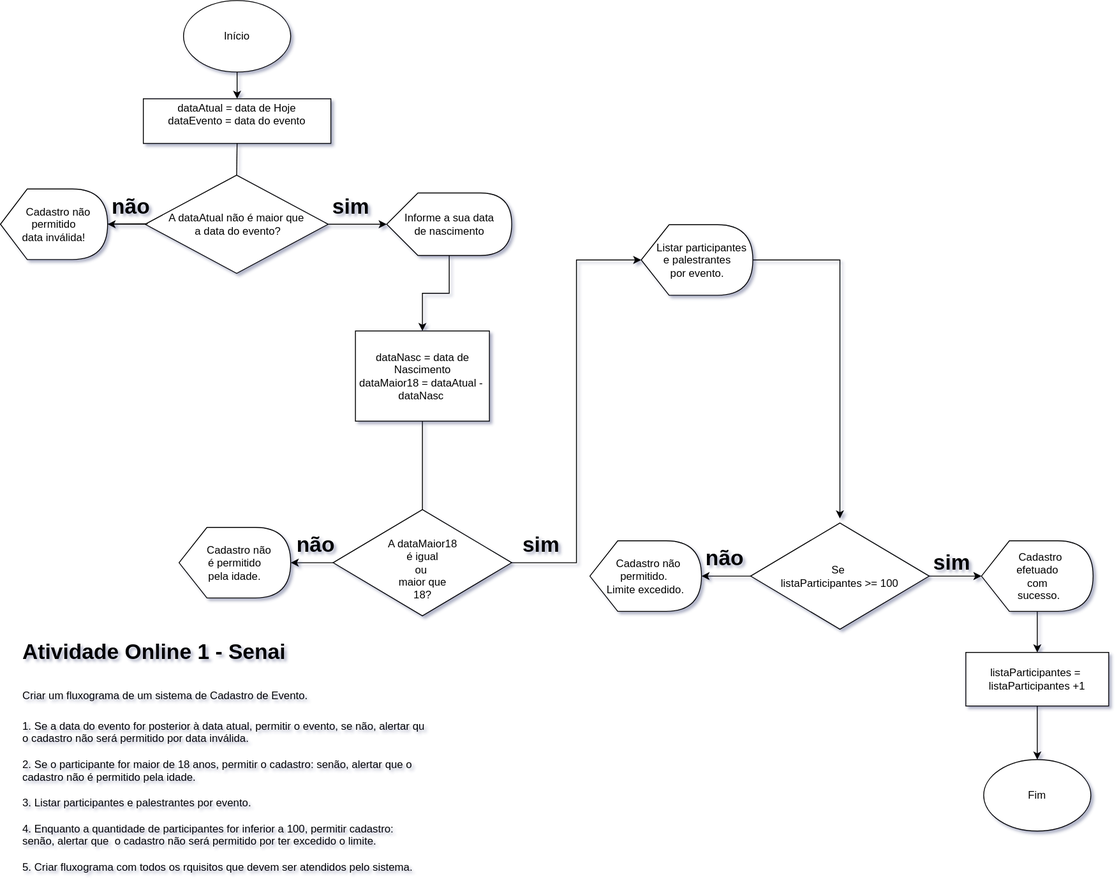
vanderpolezel/senai-atividade1-UC8 keeps this draw.io diagram as atividade online - fluxograma.svg. Above is the earlier version. Source tidied: cells renumbered, new cells last; positions are measured from the earlier drawing's top-left corner, leaving out a move shared by most shapes.
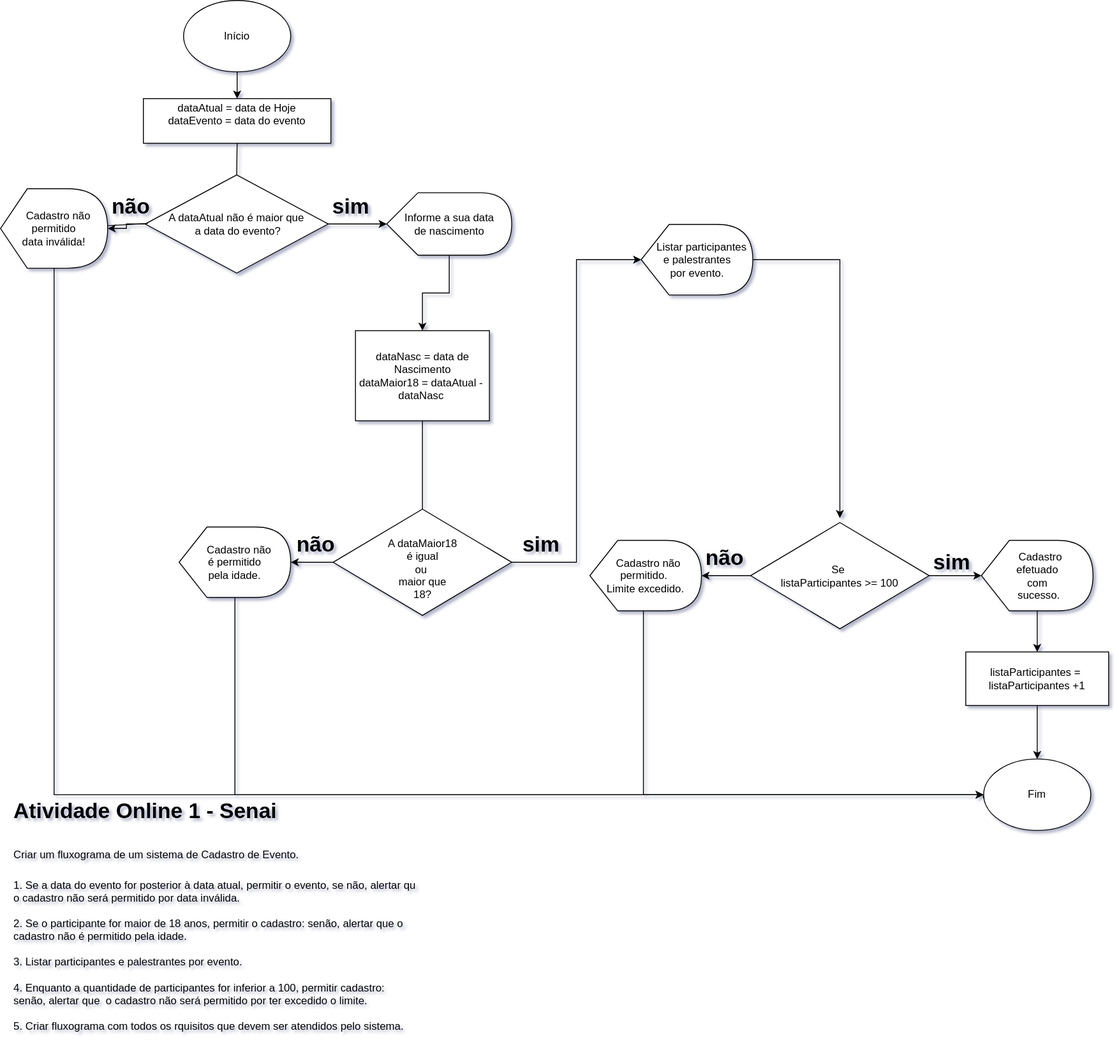
After the commit.

Change to the diagram source:
```diff
@@ -20,8 +20,17 @@
     <mxCell id="7" value="A dataAtual não é maior que&lt;br&gt;&amp;nbsp;a data do evento?" style="rhombus;whiteSpace=wrap;html=1;" parent="1" vertex="1">
       <mxGeometry x="162" y="195.5" width="205" height="110" as="geometry" />
     </mxCell>
+    <mxCell id="37" style="edgeStyle=orthogonalEdgeStyle;rounded=0;jettySize=auto;html=1;" parent="1" edge="1" source="8">
+      <mxGeometry relative="1" as="geometry">
+        <mxPoint x="1104" y="900" as="targetPoint" />
+        <Array as="points">
+          <mxPoint x="60" y="890" />
+          <mxPoint x="1104" y="890" />
+        </Array>
+      </mxGeometry>
+    </mxCell>
     <mxCell id="8" value="&amp;nbsp; &amp;nbsp;Cadastro não &lt;br&gt;permitido&lt;br&gt;data inválida!" style="shape=display;whiteSpace=wrap;html=1;" parent="1" vertex="1">
-      <mxGeometry y="211" width="120" height="79" as="geometry" />
+      <mxGeometry y="211" width="120" height="89" as="geometry" />
     </mxCell>
     <mxCell id="9" style="edgeStyle=orthogonalEdgeStyle;rounded=0;jettySize=auto;html=1;" parent="1" edge="1" source="10" target="11">
       <mxGeometry relative="1" as="geometry" />
@@ -41,6 +50,13 @@
     <mxCell id="14" value="&lt;br&gt;A dataMaior18&lt;br&gt;&amp;nbsp;é igual&amp;nbsp;&lt;br&gt;ou&amp;nbsp;&lt;br&gt;maior que&lt;br&gt;18?" style="rhombus;whiteSpace=wrap;html=1;" parent="1" vertex="1">
       <mxGeometry x="372.5" y="570" width="200" height="119" as="geometry" />
     </mxCell>
+    <mxCell id="38" style="edgeStyle=orthogonalEdgeStyle;rounded=0;jettySize=auto;html=1;entryX=0;entryY=0.5;entryDx=0;entryDy=0;" parent="1" edge="1" source="15" target="26">
+      <mxGeometry relative="1" as="geometry">
+        <Array as="points">
+          <mxPoint x="263" y="890" />
+        </Array>
+      </mxGeometry>
+    </mxCell>
     <mxCell id="15" value="&amp;nbsp; &amp;nbsp;Cadastro não &lt;br&gt;é permitido&lt;br&gt;pela idade." style="shape=display;whiteSpace=wrap;html=1;" parent="1" vertex="1">
       <mxGeometry x="200" y="590" width="125" height="79" as="geometry" />
     </mxCell>
@@ -67,6 +83,13 @@
     <mxCell id="22" value="Se&amp;nbsp;&lt;br&gt;listaParticipantes &amp;gt;= 100" style="rhombus;whiteSpace=wrap;html=1;" parent="1" vertex="1">
       <mxGeometry x="840" y="585" width="200" height="119" as="geometry" />
     </mxCell>
+    <mxCell id="39" style="edgeStyle=orthogonalEdgeStyle;rounded=0;jettySize=auto;html=1;entryX=0;entryY=0.5;entryDx=0;entryDy=0;" parent="1" edge="1" source="23" target="26">
+      <mxGeometry relative="1" as="geometry">
+        <Array as="points">
+          <mxPoint x="720" y="890" />
+        </Array>
+      </mxGeometry>
+    </mxCell>
     <mxCell id="23" value="&amp;nbsp; &amp;nbsp;Cadastro não&amp;nbsp;&lt;br&gt;permitido.&amp;nbsp;&lt;br&gt;Limite excedido." style="shape=display;whiteSpace=wrap;html=1;" parent="1" vertex="1">
       <mxGeometry x="660" y="605" width="125" height="79" as="geometry" />
     </mxCell>
@@ -108,8 +131,8 @@
     <mxCell id="35" value="&lt;h1&gt;sim&lt;/h1&gt;" style="text;html=1;strokeColor=none;fillColor=none;spacing=5;spacingTop=-20;whiteSpace=wrap;overflow=hidden;rounded=0;" parent="1" vertex="1">
       <mxGeometry x="580" y="590" width="60" height="40" as="geometry" />
     </mxCell>
-    <mxCell id="36" value="&lt;h1&gt;&lt;span style=&quot;background-color: initial;&quot;&gt;Atividade Online 1 - Senai&lt;/span&gt;&lt;/h1&gt;&lt;h1&gt;&lt;span style=&quot;font-size: 12px; font-weight: 400;&quot;&gt;Criar um fluxograma de um sistema de Cadastro de Evento.&lt;/span&gt;&lt;/h1&gt;&lt;div&gt;1. Se a data do evento for posterior à data atual, permitir o evento, se não, alertar qu o cadastro não será permitido por data inválida.&lt;/div&gt;&lt;div&gt;&lt;br&gt;&lt;/div&gt;&lt;div&gt;2. Se o participante for maior de 18 anos, permitir o cadastro: senão, alertar que o cadastro não é permitido pela idade.&amp;nbsp;&lt;/div&gt;&lt;div&gt;&lt;br&gt;&lt;/div&gt;&lt;div&gt;3. Listar participantes e palestrantes por evento.&lt;/div&gt;&lt;div&gt;&lt;br&gt;&lt;/div&gt;&lt;div&gt;4. Enquanto a quantidade de participantes for inferior a 100, permitir cadastro: senão, alertar que&amp;nbsp; o cadastro não será permitido por ter excedido o limite.&lt;/div&gt;&lt;div&gt;&lt;br&gt;&lt;/div&gt;&lt;div&gt;5. Criar fluxograma com todos os rquisitos que devem ser atendidos pelo sistema.&lt;/div&gt;" style="text;html=1;strokeColor=none;fillColor=none;spacing=5;spacingTop=-20;whiteSpace=wrap;overflow=hidden;rounded=0;" parent="1" vertex="1">
-      <mxGeometry x="20" y="710" width="460" height="280" as="geometry" />
+    <mxCell id="36" value="&lt;h1&gt;&lt;span style=&quot;background-color: initial;&quot;&gt;Atividade Online 1 - Senai&lt;/span&gt;&lt;/h1&gt;&lt;h1&gt;&lt;span style=&quot;font-size: 12px; font-weight: 400;&quot;&gt;Criar um fluxograma de um sistema de Cadastro de Evento.&lt;/span&gt;&lt;/h1&gt;&lt;div&gt;1. Se a data do evento for posterior à data atual, permitir o evento, se não, alertar qu o cadastro não será permitido por data inválida.&lt;/div&gt;&lt;div&gt;&lt;br&gt;&lt;/div&gt;&lt;div&gt;2. Se o participante for maior de 18 anos, permitir o cadastro: senão, alertar que o cadastro não é permitido pela idade.&amp;nbsp;&lt;/div&gt;&lt;div&gt;&lt;br&gt;&lt;/div&gt;&lt;div&gt;3. Listar participantes e palestrantes por evento.&lt;/div&gt;&lt;div&gt;&lt;br&gt;&lt;/div&gt;&lt;div&gt;4. Enquanto a quantidade de participantes for inferior a 100, permitir cadastro: senão, alertar que&amp;nbsp; o cadastro não será permitido por ter excedido o limite.&lt;/div&gt;&lt;div&gt;&lt;br&gt;&lt;/div&gt;&lt;div&gt;5. Criar fluxograma com todos os rquisitos que devem ser atendidos pelo sistema.&lt;/div&gt;" style="text;html=1;strokeColor=none;fillColor=none;spacing=5;spacingTop=-20;whiteSpace=wrap;overflow=hidden;rounded=0;rotation=0;" parent="1" vertex="1">
+      <mxGeometry x="10" y="889" width="460" height="280" as="geometry" />
     </mxCell>
   </root>
 </mxGraphModel>
```
